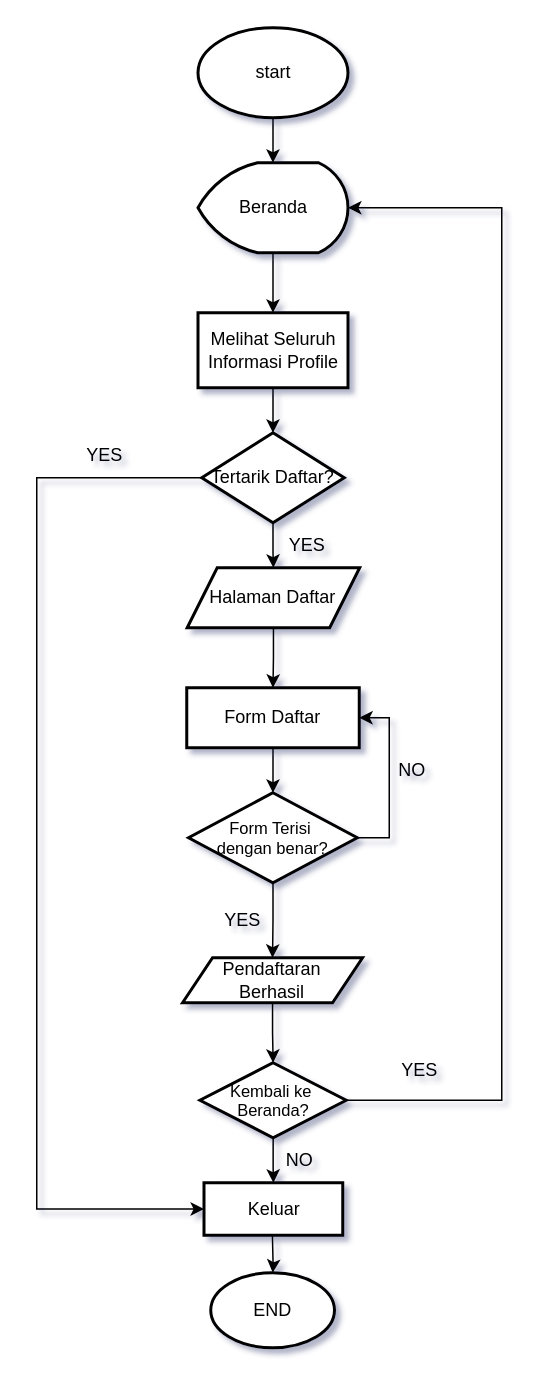
The draw.io diagram user2.drawio in EnjoyUrLife69/PKL-INTERNAL, before the edit. Source tidied: cells renumbered, new cells numbered last; positions are measured from the earlier drawing's top-left corner, leaving out a move shared by most shapes. Both pictures are drawn from the tidied source at 150%, with x=0, y=0 at pixel (36, 27).
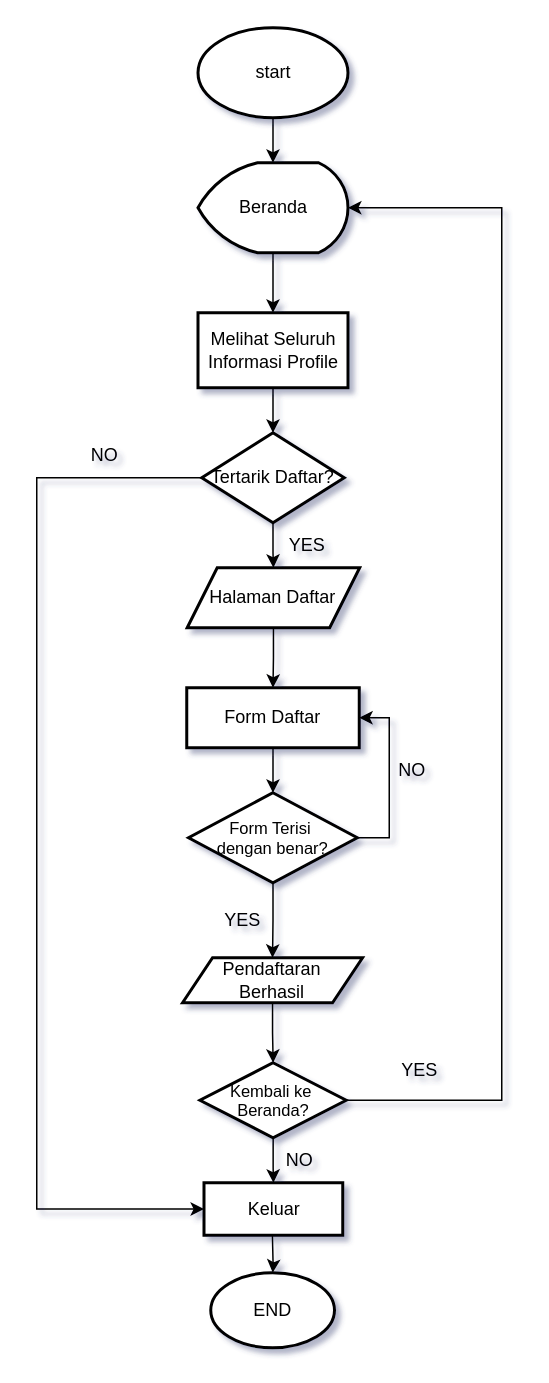
Above is the later version.

What changed in the source:
```diff
@@
-    <mxCell id="27" value="YES" style="text;html=1;align=center;verticalAlign=middle;strokeColor=none;fillColor=none;" parent="1" vertex="1">
-      <mxGeometry x="20" y="270" width="50" height="30" as="geometry" />
+    <mxCell id="27" value="NO" style="text;html=1;align=center;verticalAlign=middle;strokeColor=none;fillColor=none;" parent="1" vertex="1">
+      <mxGeometry x="25" y="270" width="40" height="30" as="geometry" />
     </mxCell>
```
